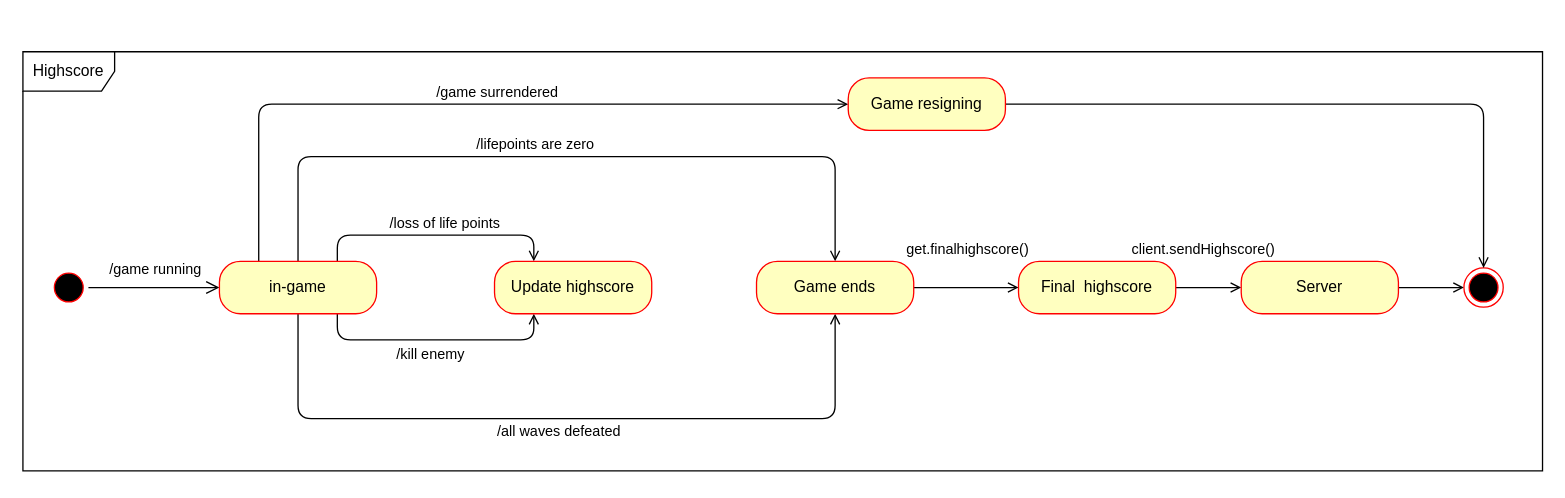
Mete7-del/hello-world keeps this draw.io diagram as page "Page-3" (3 of 3) of Highscore.drawio. Above is the earlier version. Source tidied: cells renumbered, new cells numbered last; positions are measured from the earlier drawing's top-left corner, leaving out a move shared by most shapes. Both pictures are drawn from the tidied source at 131%, with x=0, y=0 at pixel (22, 51).
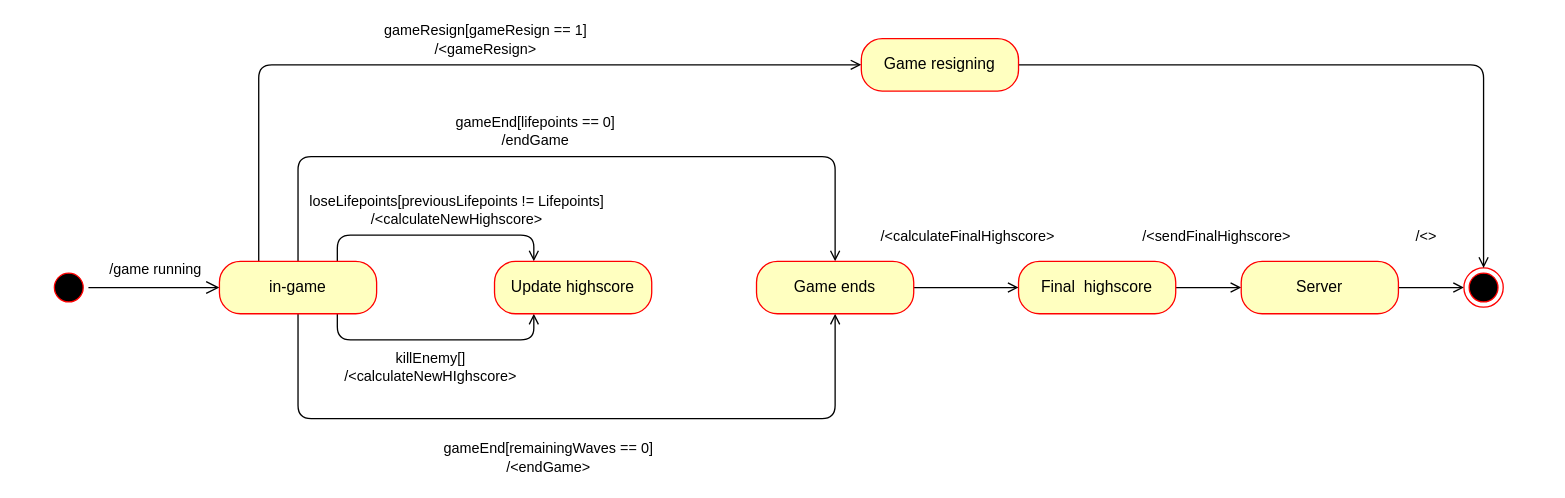
The same diagram, later.

Unchanged cells that the change refers to:
```xml
<mxCell id="5" style="edgeStyle=orthogonalEdgeStyle;rounded=1;jettySize=auto;html=1;exitX=0.75;exitY=0;exitDx=0;exitDy=0;entryX=0.25;entryY=0;entryDx=0;entryDy=0;endArrow=open;endFill=0;strokeColor=#000000;" parent="1" edge="1" source="14" target="15">
  <mxGeometry relative="1" as="geometry" />
</mxCell>
<mxCell id="7" style="edgeStyle=orthogonalEdgeStyle;rounded=1;jettySize=auto;html=1;exitX=0.75;exitY=1;exitDx=0;exitDy=0;entryX=0.25;entryY=1;entryDx=0;entryDy=0;endArrow=open;endFill=0;strokeColor=#000000;" parent="1" edge="1" source="14" target="15">
  <mxGeometry relative="1" as="geometry" />
</mxCell>
<mxCell id="9" style="edgeStyle=orthogonalEdgeStyle;rounded=1;jettySize=auto;html=1;exitX=0.5;exitY=0;exitDx=0;exitDy=0;entryX=0.5;entryY=0;entryDx=0;entryDy=0;endArrow=open;endFill=0;strokeColor=#000000;" parent="1" edge="1" source="14" target="18">
  <mxGeometry relative="1" as="geometry">
    <Array as="points">
      <mxPoint x="210" y="80" />
      <mxPoint x="620" y="80" />
    </Array>
  </mxGeometry>
</mxCell>
<mxCell id="14" value="in-game" style="rounded=1;whiteSpace=wrap;html=1;arcSize=40;fontColor=#000000;fillColor=#ffffc0;strokeColor=#ff0000;" parent="1" vertex="1">
  <mxGeometry x="150" y="160" width="120" height="40" as="geometry" />
</mxCell>
<mxCell id="16" style="edgeStyle=orthogonalEdgeStyle;rounded=0;jettySize=auto;html=1;exitX=1;exitY=0.5;exitDx=0;exitDy=0;entryX=0;entryY=0.5;entryDx=0;entryDy=0;endArrow=open;endFill=0;strokeColor=#000000;" parent="1" edge="1" source="18" target="21">
  <mxGeometry relative="1" as="geometry" />
</mxCell>
<mxCell id="18" value="Game ends" style="rounded=1;whiteSpace=wrap;html=1;arcSize=40;fontColor=#000000;fillColor=#ffffc0;strokeColor=#ff0000;" parent="1" vertex="1">
  <mxGeometry x="560" y="160" width="120" height="40" as="geometry" />
</mxCell>
<mxCell id="19" style="edgeStyle=orthogonalEdgeStyle;rounded=0;jettySize=auto;html=1;exitX=1;exitY=0.5;exitDx=0;exitDy=0;entryX=0;entryY=0.5;entryDx=0;entryDy=0;endArrow=open;endFill=0;strokeColor=#000000;" parent="1" edge="1" source="21" target="23">
  <mxGeometry relative="1" as="geometry" />
</mxCell>
<mxCell id="22" style="edgeStyle=orthogonalEdgeStyle;rounded=0;jettySize=auto;html=1;exitX=1;exitY=0.5;exitDx=0;exitDy=0;entryX=0;entryY=0.5;entryDx=0;entryDy=0;endArrow=open;endFill=0;strokeColor=#000000;" parent="1" edge="1" source="23" target="24">
  <mxGeometry relative="1" as="geometry" />
</mxCell>
```

Diff of the diagram source:
```diff
@@
-    <mxCell id="6" value="/loss of life points" style="edgeLabel;html=1;align=center;verticalAlign=middle;" parent="5" vertex="1">
-      <mxGeometry x="-0.2" relative="1" as="geometry">
-        <mxPoint x="25" y="-10" as="offset" />
-      </mxGeometry>
-    </mxCell>
+    <mxCell id="28" value="loseLifepoints[previousLifepoints != Lifepoints]&lt;br&gt;/&amp;lt;calculateNewHighscore&amp;gt;" style="edgeLabel;html=1;align=center;verticalAlign=middle;" parent="5" vertex="1">
+      <mxGeometry y="1" relative="1" as="geometry">
+        <mxPoint x="15" y="-19" as="offset" />
+      </mxGeometry>
+    </mxCell>
@@
-    <mxCell id="8" value="/kill enemy" style="edgeLabel;html=1;align=center;verticalAlign=middle;" parent="7" vertex="1">
+    <mxCell id="8" value="killEnemy[]&lt;br&gt;/&amp;lt;calculateNewHIghscore&amp;gt;" style="edgeLabel;html=1;align=center;verticalAlign=middle;" parent="7" vertex="1">
       <mxGeometry x="-0.17" y="1" relative="1" as="geometry">
-        <mxPoint x="11" y="11" as="offset" />
+        <mxPoint x="11" y="21" as="offset" />
       </mxGeometry>
     </mxCell>
@@
-    <mxCell id="10" value="/lifepoints are zero" style="edgeLabel;html=1;align=center;verticalAlign=middle;" parent="9" vertex="1">
+    <mxCell id="10" value="gameEnd[lifepoints == 0]&lt;br&gt;/endGame" style="edgeLabel;html=1;align=center;verticalAlign=middle;" parent="9" vertex="1">
       <mxGeometry x="-0.3" y="-2" relative="1" as="geometry">
-        <mxPoint x="60" y="-12" as="offset" />
+        <mxPoint x="60" y="-22" as="offset" />
       </mxGeometry>
     </mxCell>
-    <mxCell id="11" value="/all waves defeated" style="edgeStyle=orthogonalEdgeStyle;rounded=1;jettySize=auto;html=1;exitX=0.5;exitY=1;exitDx=0;exitDy=0;entryX=0.5;entryY=1;entryDx=0;entryDy=0;endArrow=open;endFill=0;strokeColor=#000000;" parent="1" edge="1" source="14" target="18">
-      <mxGeometry x="-0.02" y="-10" relative="1" as="geometry">
+    <mxCell id="11" value="gameEnd[remainingWaves == 0]&lt;br&gt;/&amp;lt;endGame&amp;gt;" style="edgeStyle=orthogonalEdgeStyle;rounded=1;jettySize=auto;html=1;exitX=0.5;exitY=1;exitDx=0;exitDy=0;entryX=0.5;entryY=1;entryDx=0;entryDy=0;endArrow=open;endFill=0;strokeColor=#000000;" parent="1" edge="1" source="14" target="18">
+      <mxGeometry x="-0.05" y="-30" relative="1" as="geometry">
         <Array as="points">
           <mxPoint x="210" y="280" />
           <mxPoint x="620" y="280" />
         </Array>
       </mxGeometry>
     </mxCell>
     <mxCell id="12" style="edgeStyle=orthogonalEdgeStyle;rounded=1;jettySize=auto;html=1;exitX=0.25;exitY=0;exitDx=0;exitDy=0;entryX=0;entryY=0.5;entryDx=0;entryDy=0;endArrow=open;endFill=0;strokeColor=#000000;" parent="1" edge="1" source="14" target="26">
-      <mxGeometry relative="1" as="geometry" />
+      <mxGeometry relative="1" as="geometry">
+        <Array as="points">
+          <mxPoint x="180" y="10" />
+          <mxPoint x="630" y="10" />
+        </Array>
+      </mxGeometry>
     </mxCell>
-    <mxCell id="13" value="/game surrendered" style="edgeLabel;html=1;align=center;verticalAlign=middle;" parent="12" vertex="1">
+    <mxCell id="13" value="gameResign[gameResign == 1]&lt;br&gt;/&amp;lt;gameResign&amp;gt;" style="edgeLabel;html=1;align=center;verticalAlign=middle;" parent="12" vertex="1">
       <mxGeometry x="-0.06" y="3" relative="1" as="geometry">
-        <mxPoint x="33" y="-7" as="offset" />
+        <mxPoint x="35" y="-17" as="offset" />
       </mxGeometry>
     </mxCell>
@@
-    <mxCell id="17" value="get.finalhighscore()" style="edgeLabel;html=1;align=center;verticalAlign=middle;" parent="16" vertex="1">
+    <mxCell id="17" value="/&amp;lt;calculateFinalHighscore&amp;gt;" style="edgeLabel;html=1;align=center;verticalAlign=middle;" parent="16" vertex="1">
       <mxGeometry x="-0.12" y="-2" relative="1" as="geometry">
-        <mxPoint x="5" y="-32" as="offset" />
+        <mxPoint x="5" y="-42" as="offset" />
       </mxGeometry>
     </mxCell>
@@
-    <mxCell id="20" value="client.sendHighscore()" style="edgeLabel;html=1;align=center;verticalAlign=middle;" parent="19" vertex="1">
+    <mxCell id="20" value="/&amp;lt;sendFinalHighscore&amp;gt;" style="edgeLabel;html=1;align=center;verticalAlign=middle;" parent="19" vertex="1">
       <mxGeometry x="0.01" y="1" relative="1" as="geometry">
-        <mxPoint x="-5" y="-29" as="offset" />
+        <mxPoint x="5" y="-39" as="offset" />
       </mxGeometry>
     </mxCell>
@@
+    <mxCell id="29" value="/&amp;lt;&amp;gt;" style="edgeLabel;html=1;align=center;verticalAlign=middle;" parent="22" vertex="1">
+      <mxGeometry x="-0.06" relative="1" as="geometry">
+        <mxPoint x="-4" y="-40" as="offset" />
+      </mxGeometry>
+    </mxCell>
@@
     <mxCell id="26" value="Game resigning" style="rounded=1;whiteSpace=wrap;html=1;arcSize=40;fontColor=#000000;fillColor=#ffffc0;strokeColor=#ff0000;" parent="1" vertex="1">
-      <mxGeometry x="630" y="20" width="120" height="40" as="geometry" />
+      <mxGeometry x="640" y="-10" width="120" height="40" as="geometry" />
     </mxCell>
-    <mxCell id="27" value="Highscore" style="shape=umlFrame;whiteSpace=wrap;html=1;width=70;height=30;" parent="1" vertex="1">
-      <mxGeometry width="1160" height="320" as="geometry" />
-    </mxCell>
```
